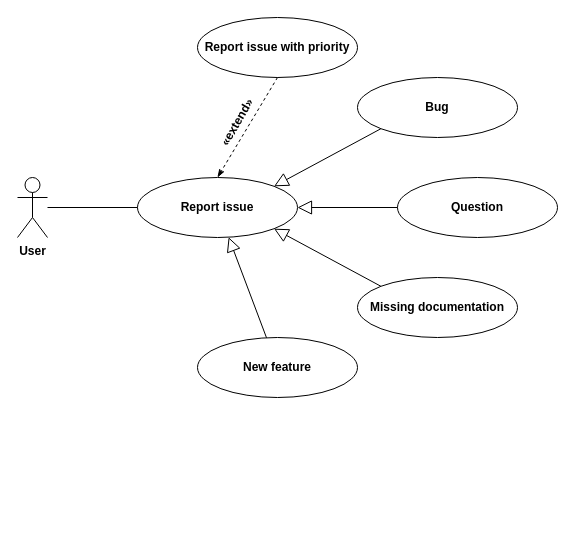
Alessandro-uni/BugBoard26 keeps this draw.io diagram as page "Report Issue" (7 of 9) of Documentazione/use cases/use_cases.drawio. Above is the earlier version. Source tidied: cells renumbered, new cells numbered last; positions are measured from the earlier drawing's top-left corner, leaving out a move shared by most shapes. Both pictures are drawn from the tidied source at 100%, with x=0, y=0 at pixel (17, 17).
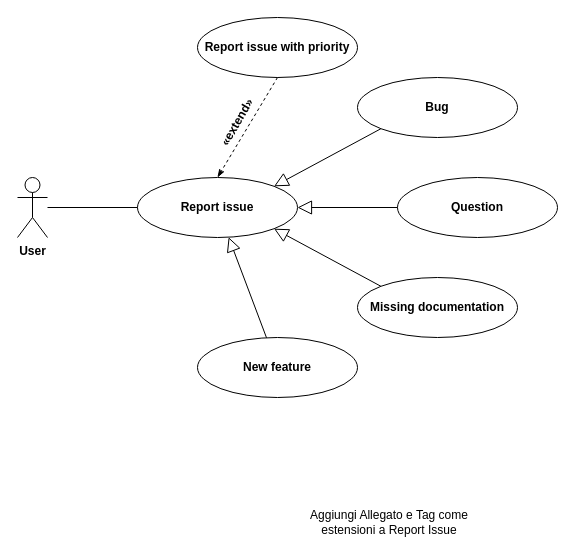
The same page after the edit.

Change to the diagram source:
```diff
@@
 <mxGraphModel>
   <root>
     <mxCell id="0" />
     <mxCell id="1" parent="0" />
     <mxCell id="2" value="User" style="shape=umlActor;verticalLabelPosition=bottom;verticalAlign=top;html=1;fontStyle=1;fillColor=none;" parent="1" vertex="1">
       <mxGeometry y="160" width="30" height="60" as="geometry" />
     </mxCell>
     <mxCell id="3" style="edgeStyle=orthogonalEdgeStyle;rounded=0;jettySize=auto;html=1;endArrow=none;endFill=0;fontStyle=1;" parent="1" edge="1" source="4" target="2">
       <mxGeometry relative="1" as="geometry" />
     </mxCell>
     <mxCell id="4" value="Report issue" style="ellipse;whiteSpace=wrap;html=1;fontStyle=1;fillColor=none;" parent="1" vertex="1">
       <mxGeometry x="120" y="160" width="160" height="60" as="geometry" />
     </mxCell>
     <mxCell id="5" style="rounded=0;jettySize=auto;html=1;exitX=0;exitY=1;exitDx=0;exitDy=0;entryX=1;entryY=0;entryDx=0;entryDy=0;endArrow=block;endFill=0;endSize=12;fontStyle=1;" parent="1" edge="1" source="6" target="4">
       <mxGeometry relative="1" as="geometry" />
     </mxCell>
     <mxCell id="6" value="Bug" style="ellipse;whiteSpace=wrap;html=1;fontStyle=1;fillColor=none;" parent="1" vertex="1">
       <mxGeometry x="340" y="60" width="160" height="60" as="geometry" />
     </mxCell>
     <mxCell id="7" style="rounded=0;jettySize=auto;html=1;endArrow=block;endFill=0;endSize=12;fontStyle=1;" parent="1" edge="1" source="8" target="4">
       <mxGeometry relative="1" as="geometry" />
     </mxCell>
     <mxCell id="8" value="Question" style="ellipse;whiteSpace=wrap;html=1;fontStyle=1;fillColor=none;" parent="1" vertex="1">
       <mxGeometry x="380" y="160" width="160" height="60" as="geometry" />
     </mxCell>
     <mxCell id="9" style="rounded=0;jettySize=auto;html=1;exitX=0;exitY=0;exitDx=0;exitDy=0;entryX=1;entryY=1;entryDx=0;entryDy=0;endArrow=block;endFill=0;endSize=12;fontStyle=1;" parent="1" edge="1" source="10" target="4">
       <mxGeometry relative="1" as="geometry" />
     </mxCell>
     <mxCell id="10" value="Missing documentation" style="ellipse;whiteSpace=wrap;html=1;fontStyle=1;fillColor=none;" parent="1" vertex="1">
       <mxGeometry x="340" y="260" width="160" height="60" as="geometry" />
     </mxCell>
     <mxCell id="11" style="rounded=0;jettySize=auto;html=1;endArrow=block;endFill=0;jumpSize=12;endSize=12;fontStyle=1;" parent="1" edge="1" source="12" target="4">
       <mxGeometry relative="1" as="geometry" />
     </mxCell>
     <mxCell id="12" value="New feature" style="ellipse;whiteSpace=wrap;html=1;fontStyle=1;fillColor=none;" parent="1" vertex="1">
       <mxGeometry x="180" y="320" width="160" height="60" as="geometry" />
     </mxCell>
     <mxCell id="13" style="rounded=0;jettySize=auto;html=1;endArrow=classicThin;endFill=1;jumpSize=12;exitX=0.5;exitY=1;exitDx=0;exitDy=0;entryX=0.5;entryY=0;entryDx=0;entryDy=0;textDirection=ltr;horizontal=1;labelBorderColor=none;dashed=1;fontStyle=1;" parent="1" edge="1" source="14" target="4">
       <mxGeometry relative="1" as="geometry" />
     </mxCell>
     <mxCell id="14" value="Report issue with priority" style="ellipse;whiteSpace=wrap;html=1;fontStyle=1;fillColor=none;" parent="1" vertex="1">
       <mxGeometry x="180" width="160" height="60" as="geometry" />
     </mxCell>
     <mxCell id="15" value="«extend»" style="text;html=1;whiteSpace=wrap;strokeColor=none;fillColor=none;align=center;verticalAlign=middle;rounded=0;rotation=-60;fontStyle=1;" parent="1" vertex="1">
       <mxGeometry x="190" y="90" width="60" height="30" as="geometry" />
     </mxCell>
+    <mxCell id="16" value="Aggiungi Allegato e Tag come estensioni a Report Issue" style="text;html=1;whiteSpace=wrap;strokeColor=none;fillColor=none;align=center;verticalAlign=middle;rounded=0;" parent="1" vertex="1">
+      <mxGeometry x="264" y="490" width="216" height="30" as="geometry" />
+    </mxCell>
   </root>
 </mxGraphModel>
```
